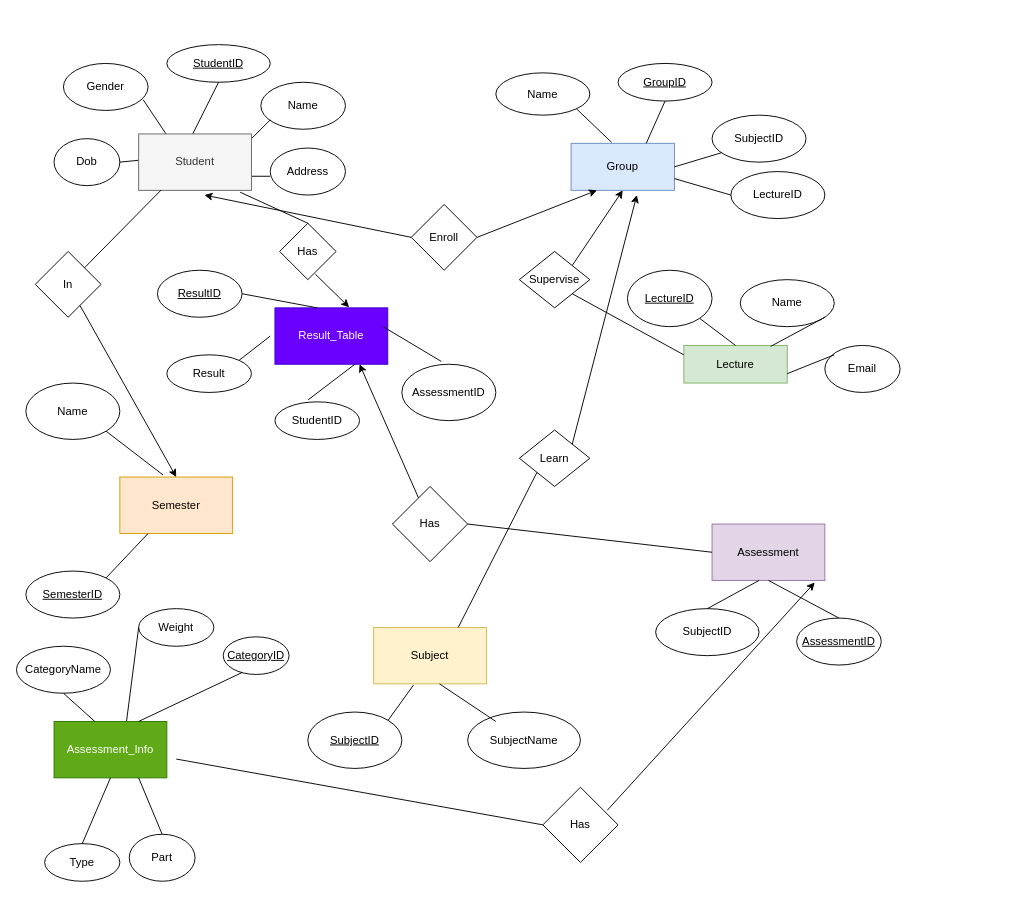
hoangtheanhHE160176/DBI202-Assignment keeps this draw.io diagram as Untitled Diagram.drawio. Above is the earlier version. Source tidied: cells renumbered, new cells numbered last; positions are measured from the earlier drawing's top-left corner, leaving out a move shared by most shapes. Both pictures are drawn from the tidied source at 94%, with x=0, y=0 at pixel (16, 44).
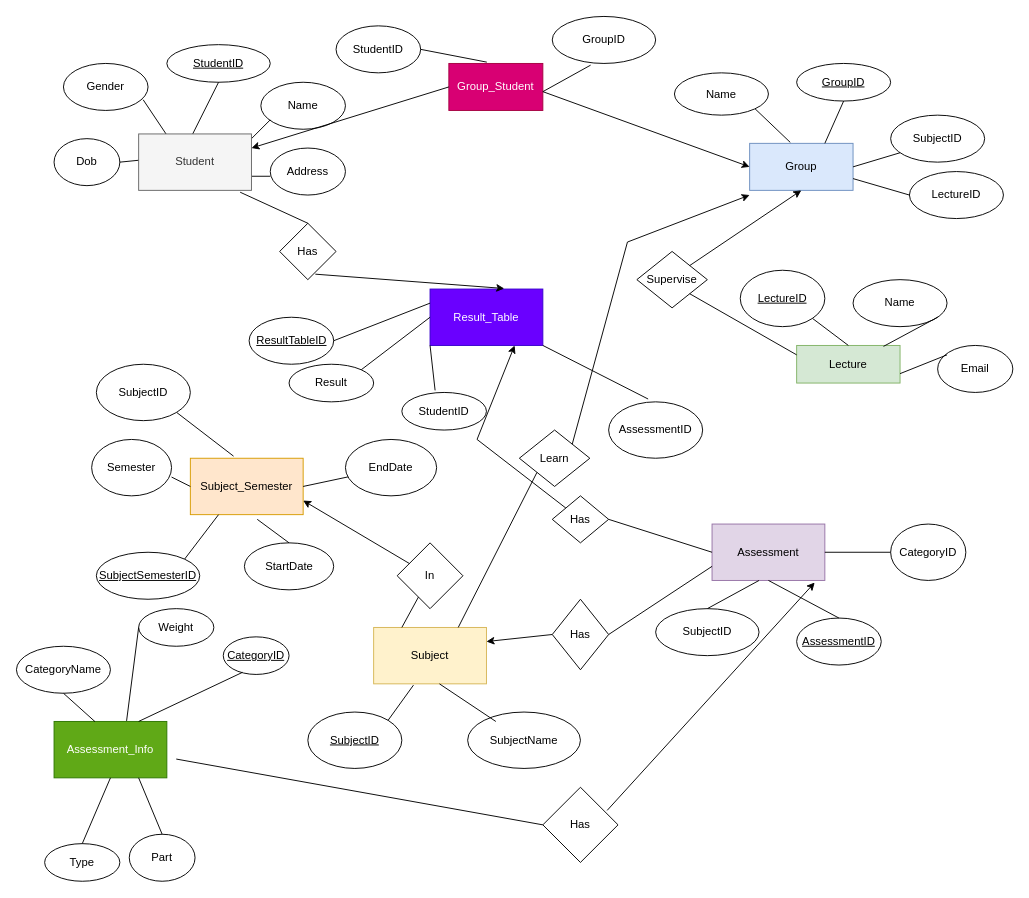
Above is the later version.

The change refers to these unchanged cells:
```xml
<mxCell id="12" value="Student" style="rounded=0;whiteSpace=wrap;html=1;fillColor=#f5f5f5;fontColor=#333333;strokeColor=#666666;" parent="1" vertex="1">
  <mxGeometry x="130" y="95" width="120" height="60" as="geometry" />
</mxCell>
<mxCell id="34" value="Subject" style="rounded=0;whiteSpace=wrap;html=1;fillColor=#fff2cc;strokeColor=#d6b656;" parent="1" vertex="1">
  <mxGeometry x="380" y="620" width="120" height="60" as="geometry" />
</mxCell>
<mxCell id="39" value="Assessment" style="rounded=0;whiteSpace=wrap;html=1;fillColor=#e1d5e7;strokeColor=#9673a6;" parent="1" vertex="1">
  <mxGeometry x="740" y="510" width="120" height="60" as="geometry" />
</mxCell>
<mxCell id="70" value="Learn" style="rhombus;whiteSpace=wrap;html=1;" parent="1" vertex="1">
  <mxGeometry x="535" y="410" width="75" height="60" as="geometry" />
</mxCell>
```

What changed in the source:
```diff
@@
     <mxCell id="13" value="Group" style="rounded=0;whiteSpace=wrap;html=1;fillColor=#dae8fc;strokeColor=#6c8ebf;" parent="1" vertex="1">
-      <mxGeometry x="590" y="105" width="110" height="50" as="geometry" />
+      <mxGeometry x="780" y="105" width="110" height="50" as="geometry" />
     </mxCell>
     <mxCell id="14" value="&lt;u&gt;GroupID&lt;/u&gt;" style="ellipse;whiteSpace=wrap;html=1;" parent="1" vertex="1">
-      <mxGeometry x="640" y="20" width="100" height="40" as="geometry" />
+      <mxGeometry x="830" y="20" width="100" height="40" as="geometry" />
     </mxCell>
     <mxCell id="15" value="Name" style="ellipse;whiteSpace=wrap;html=1;" parent="1" vertex="1">
-      <mxGeometry x="510" y="30" width="100" height="45" as="geometry" />
+      <mxGeometry x="700" y="30" width="100" height="45" as="geometry" />
     </mxCell>
     <mxCell id="16" value="SubjectID" style="ellipse;whiteSpace=wrap;html=1;" parent="1" vertex="1">
-      <mxGeometry x="740" y="75" width="100" height="50" as="geometry" />
+      <mxGeometry x="930" y="75" width="100" height="50" as="geometry" />
     </mxCell>
@@
     <mxCell id="18" style="endArrow=none;html=1;rounded=0;entryX=0.5;entryY=1;entryDx=0;entryDy=0;" parent="1" edge="1" target="14">
       <mxGeometry relative="1" as="geometry">
-        <mxPoint x="670" y="105" as="sourcePoint" />
+        <mxPoint x="860" y="105" as="sourcePoint" />
       </mxGeometry>
     </mxCell>
     <mxCell id="19" style="endArrow=none;html=1;rounded=0;exitX=1;exitY=0.5;exitDx=0;exitDy=0;" parent="1" edge="1" source="13">
       <mxGeometry relative="1" as="geometry">
-        <mxPoint x="750" y="115" as="targetPoint" />
+        <mxPoint x="940" y="115" as="targetPoint" />
       </mxGeometry>
     </mxCell>
     <mxCell id="20" value="LectureID" style="ellipse;whiteSpace=wrap;html=1;" parent="1" vertex="1">
-      <mxGeometry x="760" y="135" width="100" height="50" as="geometry" />
+      <mxGeometry x="950" y="135" width="100" height="50" as="geometry" />
     </mxCell>
@@
     <mxCell id="22" value="Lecture" style="rounded=0;whiteSpace=wrap;html=1;fillColor=#d5e8d4;strokeColor=#82b366;" parent="1" vertex="1">
-      <mxGeometry x="710" y="320" width="110" height="40" as="geometry" />
+      <mxGeometry x="830" y="320" width="110" height="40" as="geometry" />
     </mxCell>
     <mxCell id="23" value="&lt;u&gt;LectureID&lt;/u&gt;" style="ellipse;whiteSpace=wrap;html=1;" parent="1" vertex="1">
-      <mxGeometry x="650" y="240" width="90" height="60" as="geometry" />
+      <mxGeometry x="770" y="240" width="90" height="60" as="geometry" />
     </mxCell>
     <mxCell id="24" value="Name" style="ellipse;whiteSpace=wrap;html=1;" parent="1" vertex="1">
-      <mxGeometry x="770" y="250" width="100" height="50" as="geometry" />
+      <mxGeometry x="890" y="250" width="100" height="50" as="geometry" />
     </mxCell>
     <mxCell id="25" value="Email" style="ellipse;whiteSpace=wrap;html=1;" parent="1" vertex="1">
-      <mxGeometry x="860" y="320" width="80" height="50" as="geometry" />
+      <mxGeometry x="980" y="320" width="80" height="50" as="geometry" />
     </mxCell>
@@
     <mxCell id="27" style="endArrow=none;html=1;rounded=0;exitX=0.84;exitY=0.025;exitDx=0;exitDy=0;exitPerimeter=0;" parent="1" edge="1" source="22">
       <mxGeometry relative="1" as="geometry">
-        <mxPoint x="860" y="290" as="targetPoint" />
+        <mxPoint x="980" y="290" as="targetPoint" />
       </mxGeometry>
     </mxCell>
     <mxCell id="28" style="endArrow=none;html=1;rounded=0;exitX=1;exitY=0.75;exitDx=0;exitDy=0;" parent="1" edge="1" source="22">
       <mxGeometry relative="1" as="geometry">
-        <mxPoint x="870" y="330" as="targetPoint" />
+        <mxPoint x="990" y="330" as="targetPoint" />
       </mxGeometry>
     </mxCell>
-    <mxCell id="29" value="Semester" style="rounded=0;whiteSpace=wrap;html=1;fillColor=#ffe6cc;strokeColor=#d79b00;" parent="1" vertex="1">
-      <mxGeometry x="110" y="460" width="120" height="60" as="geometry" />
+    <mxCell id="29" value="Subject_Semester" style="rounded=0;whiteSpace=wrap;html=1;fillColor=#ffe6cc;strokeColor=#d79b00;" parent="1" vertex="1">
+      <mxGeometry x="185" y="440" width="120" height="60" as="geometry" />
     </mxCell>
-    <mxCell id="30" value="&lt;u&gt;SemesterID&lt;/u&gt;" style="ellipse;whiteSpace=wrap;html=1;" parent="1" vertex="1">
-      <mxGeometry x="10" y="560" width="100" height="50" as="geometry" />
+    <mxCell id="30" value="&lt;u&gt;SubjectSemesterID&lt;/u&gt;" style="ellipse;whiteSpace=wrap;html=1;" parent="1" vertex="1">
+      <mxGeometry x="85" y="540" width="110" height="50" as="geometry" />
     </mxCell>
-    <mxCell id="31" value="Name" style="ellipse;whiteSpace=wrap;html=1;" parent="1" vertex="1">
-      <mxGeometry x="10" y="360" width="100" height="60" as="geometry" />
+    <mxCell id="31" value="SubjectID" style="ellipse;whiteSpace=wrap;html=1;" parent="1" vertex="1">
+      <mxGeometry x="85" y="340" width="100" height="60" as="geometry" />
     </mxCell>
@@
     <mxCell id="55" value="Result_Table" style="rounded=0;whiteSpace=wrap;html=1;fillColor=#6a00ff;fontColor=#ffffff;strokeColor=#3700CC;" parent="1" vertex="1">
-      <mxGeometry x="275" y="280" width="120" height="60" as="geometry" />
+      <mxGeometry x="440" y="260" width="120" height="60" as="geometry" />
     </mxCell>
-    <mxCell id="56" value="&lt;u&gt;ResultID&lt;/u&gt;" style="ellipse;whiteSpace=wrap;html=1;" parent="1" vertex="1">
-      <mxGeometry x="150" y="240" width="90" height="50" as="geometry" />
+    <mxCell id="56" value="&lt;u&gt;ResultTableID&lt;/u&gt;" style="ellipse;whiteSpace=wrap;html=1;" parent="1" vertex="1">
+      <mxGeometry x="247.5" y="290" width="90" height="50" as="geometry" />
     </mxCell>
     <mxCell id="57" value="Result" style="ellipse;whiteSpace=wrap;html=1;" parent="1" vertex="1">
-      <mxGeometry x="160" y="330" width="90" height="40" as="geometry" />
+      <mxGeometry x="290" y="340" width="90" height="40" as="geometry" />
     </mxCell>
     <mxCell id="58" value="StudentID" style="ellipse;whiteSpace=wrap;html=1;" parent="1" vertex="1">
-      <mxGeometry x="275" y="380" width="90" height="40" as="geometry" />
+      <mxGeometry x="410" y="370" width="90" height="40" as="geometry" />
     </mxCell>
     <mxCell id="59" value="AssessmentID" style="ellipse;whiteSpace=wrap;html=1;" parent="1" vertex="1">
-      <mxGeometry x="410" y="340" width="100" height="60" as="geometry" />
+      <mxGeometry x="630" y="380" width="100" height="60" as="geometry" />
     </mxCell>
-    <mxCell id="60" style="endArrow=none;html=1;rounded=0;entryX=1;entryY=0.5;entryDx=0;entryDy=0;" parent="1" edge="1" target="56">
-      <mxGeometry relative="1" as="geometry">
-        <mxPoint x="320" y="280" as="sourcePoint" />
-      </mxGeometry>
+    <mxCell id="60" style="endArrow=none;html=1;rounded=0;entryX=1;entryY=0.5;entryDx=0;entryDy=0;exitX=0;exitY=0.25;exitDx=0;exitDy=0;" parent="1" edge="1" source="55" target="56">
+      <mxGeometry relative="1" as="geometry" />
     </mxCell>
-    <mxCell id="61" style="endArrow=none;html=1;rounded=0;exitX=1;exitY=0;exitDx=0;exitDy=0;" parent="1" edge="1" source="57">
-      <mxGeometry relative="1" as="geometry">
-        <mxPoint x="270" y="310" as="targetPoint" />
-      </mxGeometry>
+    <mxCell id="61" style="endArrow=none;html=1;rounded=0;exitX=1;exitY=0;exitDx=0;exitDy=0;entryX=0;entryY=0.5;entryDx=0;entryDy=0;" parent="1" edge="1" source="57" target="55">
+      <mxGeometry relative="1" as="geometry" />
     </mxCell>
-    <mxCell id="62" style="endArrow=none;html=1;rounded=0;exitX=0.393;exitY=-0.055;exitDx=0;exitDy=0;exitPerimeter=0;" parent="1" edge="1" source="58">
-      <mxGeometry relative="1" as="geometry">
-        <mxPoint x="360" y="340" as="targetPoint" />
-      </mxGeometry>
+    <mxCell id="62" style="endArrow=none;html=1;rounded=0;exitX=0.393;exitY=-0.055;exitDx=0;exitDy=0;exitPerimeter=0;entryX=0;entryY=1;entryDx=0;entryDy=0;" parent="1" edge="1" source="58" target="55">
+      <mxGeometry relative="1" as="geometry" />
     </mxCell>
-    <mxCell id="63" style="endArrow=none;html=1;rounded=0;exitX=0.42;exitY=-0.05;exitDx=0;exitDy=0;exitPerimeter=0;" parent="1" edge="1" source="59">
-      <mxGeometry relative="1" as="geometry">
-        <mxPoint x="390" y="300" as="targetPoint" />
-      </mxGeometry>
+    <mxCell id="63" style="endArrow=none;html=1;rounded=0;exitX=0.42;exitY=-0.05;exitDx=0;exitDy=0;exitPerimeter=0;entryX=1;entryY=1;entryDx=0;entryDy=0;" parent="1" edge="1" source="59" target="55">
+      <mxGeometry relative="1" as="geometry" />
     </mxCell>
-    <mxCell id="64" value="Enroll" style="rhombus;whiteSpace=wrap;html=1;" parent="1" vertex="1">
-      <mxGeometry x="420" y="170" width="70" height="70" as="geometry" />
-    </mxCell>
-    <mxCell id="65" style="endArrow=classic;html=1;rounded=0;exitX=0;exitY=0.5;exitDx=0;exitDy=0;" parent="1" edge="1" source="64">
-      <mxGeometry relative="1" as="geometry">
-        <mxPoint x="200" y="160" as="targetPoint" />
-      </mxGeometry>
-    </mxCell>
-    <mxCell id="66" style="endArrow=classic;html=1;rounded=0;exitX=1;exitY=0.5;exitDx=0;exitDy=0;entryX=0.25;entryY=1;entryDx=0;entryDy=0;" parent="1" edge="1" source="64" target="13">
-      <mxGeometry relative="1" as="geometry" />
-    </mxCell>
     <mxCell id="67" value="Supervise" style="rhombus;whiteSpace=wrap;html=1;" parent="1" vertex="1">
-      <mxGeometry x="535" y="220" width="75" height="60" as="geometry" />
+      <mxGeometry x="660" y="220" width="75" height="60" as="geometry" />
     </mxCell>
@@
     <mxCell id="72" style="endArrow=classic;html=1;rounded=0;exitX=1;exitY=0;exitDx=0;exitDy=0;" parent="1" edge="1" source="70">
       <mxGeometry relative="1" as="geometry">
-        <mxPoint x="660" y="160" as="targetPoint" />
+        <mxPoint x="780" y="160" as="targetPoint" />
+        <Array as="points">
+          <mxPoint x="650" y="210" />
+        </Array>
       </mxGeometry>
     </mxCell>
     <mxCell id="73" value="In" style="rhombus;whiteSpace=wrap;html=1;" parent="1" vertex="1">
-      <mxGeometry x="20" y="220" width="70" height="70" as="geometry" />
+      <mxGeometry x="405" y="530" width="70" height="70" as="geometry" />
     </mxCell>
-    <mxCell id="74" style="endArrow=none;html=1;rounded=0;entryX=0.2;entryY=0.993;entryDx=0;entryDy=0;entryPerimeter=0;" parent="1" edge="1" source="73" target="12">
+    <mxCell id="74" style="endArrow=none;html=1;rounded=0;entryX=0.25;entryY=0;entryDx=0;entryDy=0;" parent="1" edge="1" source="73" target="34">
       <mxGeometry relative="1" as="geometry" />
     </mxCell>
-    <mxCell id="75" style="endArrow=classic;html=1;rounded=0;entryX=0.5;entryY=0;entryDx=0;entryDy=0;" parent="1" edge="1" source="73" target="29">
+    <mxCell id="75" style="endArrow=classic;html=1;rounded=0;entryX=1;entryY=0.75;entryDx=0;entryDy=0;" parent="1" edge="1" source="73" target="29">
       <mxGeometry relative="1" as="geometry" />
     </mxCell>
@@
     <mxCell id="79" value="Has" style="rhombus;whiteSpace=wrap;html=1;" parent="1" vertex="1">
-      <mxGeometry x="400" y="470" width="80" height="80" as="geometry" />
+      <mxGeometry x="570" y="480" width="60" height="50" as="geometry" />
     </mxCell>
@@
     <mxCell id="81" style="endArrow=classic;html=1;rounded=0;entryX=0.75;entryY=1;entryDx=0;entryDy=0;" parent="1" edge="1" source="79" target="55">
-      <mxGeometry relative="1" as="geometry" />
+      <mxGeometry relative="1" as="geometry">
+        <Array as="points">
+          <mxPoint x="490" y="420" />
+        </Array>
+      </mxGeometry>
     </mxCell>
@@
+    <mxCell id="85" value="Group_Student" style="rounded=0;whiteSpace=wrap;html=1;fillColor=#d80073;fontColor=#ffffff;strokeColor=#A50040;" parent="1" vertex="1">
+      <mxGeometry x="460" y="20" width="100" height="50" as="geometry" />
+    </mxCell>
+    <mxCell id="86" value="StudentID" style="ellipse;whiteSpace=wrap;html=1;" parent="1" vertex="1">
+      <mxGeometry x="340" y="-20" width="90" height="50" as="geometry" />
+    </mxCell>
+    <mxCell id="87" style="endArrow=none;html=1;rounded=0;entryX=1;entryY=0.5;entryDx=0;entryDy=0;exitX=0.404;exitY=-0.028;exitDx=0;exitDy=0;exitPerimeter=0;" parent="1" edge="1" source="85" target="86">
+      <mxGeometry relative="1" as="geometry" />
+    </mxCell>
+    <mxCell id="88" value="GroupID" style="ellipse;whiteSpace=wrap;html=1;" parent="1" vertex="1">
+      <mxGeometry x="570" y="-30" width="110" height="50" as="geometry" />
+    </mxCell>
+    <mxCell id="89" style="endArrow=none;html=1;rounded=0;entryX=0.371;entryY=1.036;entryDx=0;entryDy=0;entryPerimeter=0;" parent="1" edge="1" target="88">
+      <mxGeometry relative="1" as="geometry">
+        <mxPoint x="560" y="50" as="sourcePoint" />
+      </mxGeometry>
+    </mxCell>
+    <mxCell id="90" style="endArrow=classic;html=1;rounded=0;entryX=1;entryY=0.25;entryDx=0;entryDy=0;exitX=0;exitY=0.5;exitDx=0;exitDy=0;" parent="1" edge="1" source="85" target="12">
+      <mxGeometry relative="1" as="geometry" />
+    </mxCell>
+    <mxCell id="91" style="endArrow=classic;html=1;rounded=0;entryX=0;entryY=0.5;entryDx=0;entryDy=0;" parent="1" edge="1" target="13">
+      <mxGeometry relative="1" as="geometry">
+        <mxPoint x="560" y="50" as="sourcePoint" />
+      </mxGeometry>
+    </mxCell>
+    <mxCell id="92" value="Semester" style="ellipse;whiteSpace=wrap;html=1;" parent="1" vertex="1">
+      <mxGeometry x="80" y="420" width="85" height="60" as="geometry" />
+    </mxCell>
+    <mxCell id="93" style="endArrow=none;html=1;rounded=0;entryX=0;entryY=0.5;entryDx=0;entryDy=0;" parent="1" edge="1" target="29">
+      <mxGeometry relative="1" as="geometry">
+        <mxPoint x="165" y="460" as="sourcePoint" />
+      </mxGeometry>
+    </mxCell>
+    <mxCell id="94" value="StartDate" style="ellipse;whiteSpace=wrap;html=1;" parent="1" vertex="1">
+      <mxGeometry x="242.5" y="530" width="95" height="50" as="geometry" />
+    </mxCell>
+    <mxCell id="95" style="endArrow=none;html=1;rounded=0;entryX=0.593;entryY=1.083;entryDx=0;entryDy=0;entryPerimeter=0;exitX=0.5;exitY=0;exitDx=0;exitDy=0;" parent="1" edge="1" source="94" target="29">
+      <mxGeometry relative="1" as="geometry" />
+    </mxCell>
+    <mxCell id="96" value="EndDate" style="ellipse;whiteSpace=wrap;html=1;" parent="1" vertex="1">
+      <mxGeometry x="350" y="420" width="97" height="60" as="geometry" />
+    </mxCell>
+    <mxCell id="97" style="endArrow=none;html=1;rounded=0;exitX=1;exitY=0.5;exitDx=0;exitDy=0;" parent="1" edge="1" source="29" target="96">
+      <mxGeometry relative="1" as="geometry" />
+    </mxCell>
+    <mxCell id="98" value="CategoryID" style="ellipse;whiteSpace=wrap;html=1;" parent="1" vertex="1">
+      <mxGeometry x="930" y="510" width="80" height="60" as="geometry" />
+    </mxCell>
+    <mxCell id="99" style="endArrow=none;html=1;rounded=0;exitX=1;exitY=0.5;exitDx=0;exitDy=0;entryX=0;entryY=0.5;entryDx=0;entryDy=0;" parent="1" edge="1" source="39" target="98">
+      <mxGeometry relative="1" as="geometry" />
+    </mxCell>
+    <mxCell id="100" value="Has" style="rhombus;whiteSpace=wrap;html=1;" parent="1" vertex="1">
+      <mxGeometry x="570" y="590" width="60" height="75" as="geometry" />
+    </mxCell>
+    <mxCell id="101" style="endArrow=classic;html=1;rounded=0;entryX=1;entryY=0.25;entryDx=0;entryDy=0;exitX=0;exitY=0.5;exitDx=0;exitDy=0;" parent="1" edge="1" source="100" target="34">
+      <mxGeometry relative="1" as="geometry" />
+    </mxCell>
+    <mxCell id="102" style="endArrow=none;html=1;rounded=0;exitX=1;exitY=0.5;exitDx=0;exitDy=0;entryX=0;entryY=0.75;entryDx=0;entryDy=0;" parent="1" edge="1" source="100" target="39">
+      <mxGeometry relative="1" as="geometry" />
+    </mxCell>
```
